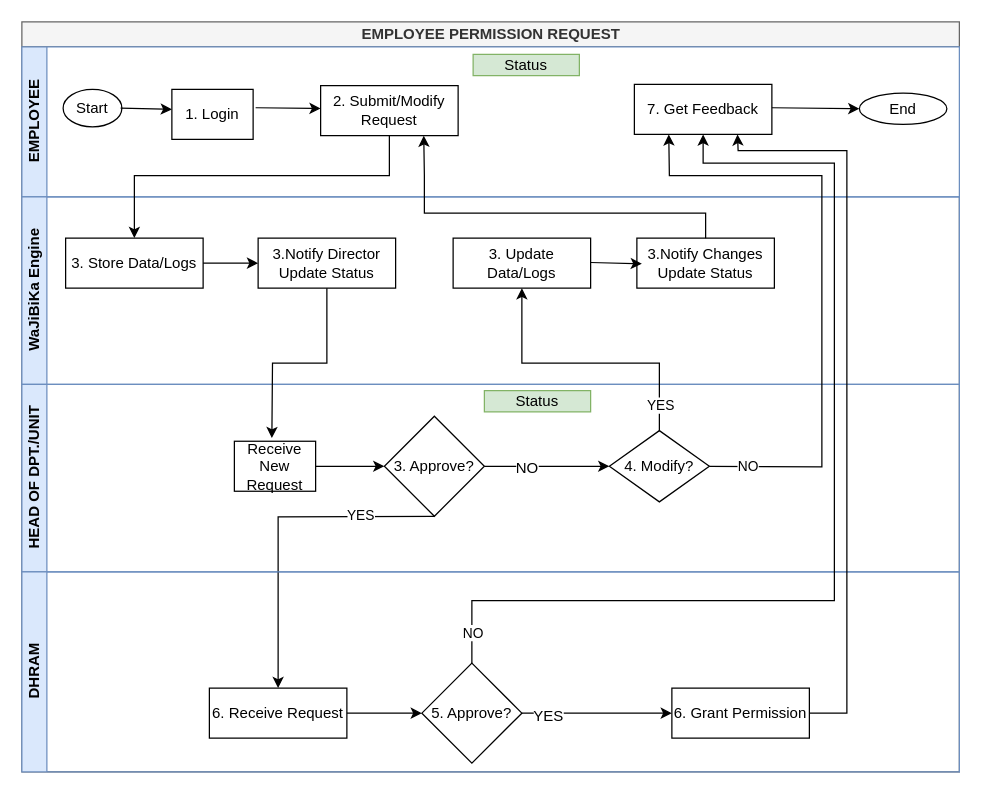
MbalamulaS/tech-diagrams keeps this draw.io diagram as page "FS-employee permission request" (9 of 11) of wajibika/wajibika-sketches.drawio. Above is the earlier version. Source tidied: cells renumbered, new cells numbered last; positions are measured from the earlier drawing's top-left corner, leaving out a move shared by most shapes. Both pictures are drawn from the tidied source at 125%, with x=0, y=0 at pixel (21, 21).
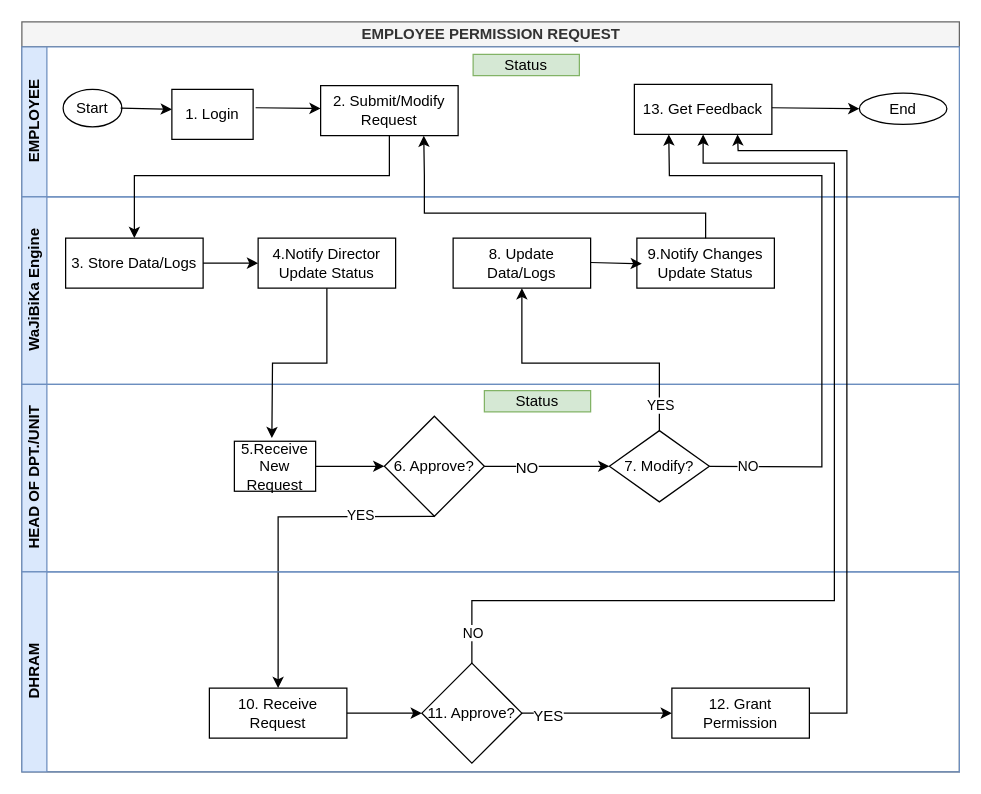
The same diagram, later.

Unchanged cells that the change refers to:
```xml
<mxCell id="3" value="EMPLOYEE" style="swimlane;startSize=20;horizontal=0;html=1;fillColor=#dae8fc;strokeColor=#6c8ebf;swimlaneFillColor=#FFFFFF;align=center;verticalAlign=middle;fontFamily=Helvetica;fontSize=12;" parent="2" vertex="1">
  <mxGeometry y="20" width="750" height="120" as="geometry" />
</mxCell>
<mxCell id="13" value="WaJiBiKa Engine" style="swimlane;startSize=20;horizontal=0;html=1;fillColor=#dae8fc;strokeColor=#6c8ebf;align=center;verticalAlign=middle;fontFamily=Helvetica;fontSize=12;" parent="2" vertex="1">
  <mxGeometry y="140" width="750" height="150" as="geometry" />
</mxCell>
<mxCell id="20" value="HEAD OF DPT./UNIT" style="swimlane;startSize=20;horizontal=0;html=1;fillColor=#dae8fc;strokeColor=#6c8ebf;align=center;verticalAlign=middle;fontFamily=Helvetica;fontSize=12;" parent="2" vertex="1">
  <mxGeometry y="290" width="750" height="150" as="geometry" />
</mxCell>
<mxCell id="34" value="DHRAM" style="swimlane;startSize=20;horizontal=0;html=1;fillColor=#dae8fc;strokeColor=#6c8ebf;align=center;verticalAlign=middle;fontFamily=Helvetica;fontSize=12;" parent="2" vertex="1">
  <mxGeometry y="440" width="750" height="160" as="geometry" />
</mxCell>
```

Change to the diagram source:
```diff
@@
-    <mxCell id="8" value="7. Get Feedback" style="whiteSpace=wrap;html=1;strokeColor=default;align=center;verticalAlign=middle;fontFamily=Helvetica;fontSize=12;fontColor=default;fillColor=default;" parent="3" vertex="1">
+    <mxCell id="8" value="13. Get Feedback" style="whiteSpace=wrap;html=1;strokeColor=default;align=center;verticalAlign=middle;fontFamily=Helvetica;fontSize=12;fontColor=default;fillColor=default;" parent="3" vertex="1">
       <mxGeometry x="490" y="30" width="110" height="40" as="geometry" />
     </mxCell>
@@
-    <mxCell id="15" value="&lt;div&gt;3.Notify Director&lt;/div&gt;&lt;div&gt;Update Status&lt;br&gt;&lt;/div&gt;" style="whiteSpace=wrap;html=1;strokeColor=default;align=center;verticalAlign=middle;fontFamily=Helvetica;fontSize=12;fontColor=default;fillColor=default;" parent="13" vertex="1">
+    <mxCell id="15" value="&lt;div&gt;4.Notify Director&lt;/div&gt;&lt;div&gt;Update Status&lt;br&gt;&lt;/div&gt;" style="whiteSpace=wrap;html=1;strokeColor=default;align=center;verticalAlign=middle;fontFamily=Helvetica;fontSize=12;fontColor=default;fillColor=default;" parent="13" vertex="1">
       <mxGeometry x="189" y="33" width="110" height="40" as="geometry" />
     </mxCell>
-    <mxCell id="16" value="&lt;div&gt;3.Notify Changes&lt;/div&gt;&lt;div&gt;Update Status&lt;br&gt;&lt;/div&gt;" style="whiteSpace=wrap;html=1;strokeColor=default;align=center;verticalAlign=middle;fontFamily=Helvetica;fontSize=12;fontColor=default;fillColor=default;" parent="13" vertex="1">
+    <mxCell id="16" value="&lt;div&gt;9.Notify Changes&lt;/div&gt;&lt;div&gt;Update Status&lt;br&gt;&lt;/div&gt;" style="whiteSpace=wrap;html=1;strokeColor=default;align=center;verticalAlign=middle;fontFamily=Helvetica;fontSize=12;fontColor=default;fillColor=default;" parent="13" vertex="1">
       <mxGeometry x="492" y="33" width="110" height="40" as="geometry" />
     </mxCell>
@@
-    <mxCell id="18" value="&lt;div&gt;3. Update Data/Logs&lt;br&gt;&lt;/div&gt;" style="whiteSpace=wrap;html=1;strokeColor=default;align=center;verticalAlign=middle;fontFamily=Helvetica;fontSize=12;fontColor=default;fillColor=default;" parent="13" vertex="1">
+    <mxCell id="18" value="&lt;div&gt;8. Update Data/Logs&lt;br&gt;&lt;/div&gt;" style="whiteSpace=wrap;html=1;strokeColor=default;align=center;verticalAlign=middle;fontFamily=Helvetica;fontSize=12;fontColor=default;fillColor=default;" parent="13" vertex="1">
       <mxGeometry x="345" y="33" width="110" height="40" as="geometry" />
     </mxCell>
@@
-    <mxCell id="21" value="&lt;div&gt;3. Approve?&lt;br&gt;&lt;/div&gt;" style="rhombus;whiteSpace=wrap;html=1;strokeColor=default;align=center;verticalAlign=middle;fontFamily=Helvetica;fontSize=12;fontColor=default;fillColor=default;" parent="20" vertex="1">
+    <mxCell id="21" value="&lt;div&gt;6. Approve?&lt;br&gt;&lt;/div&gt;" style="rhombus;whiteSpace=wrap;html=1;strokeColor=default;align=center;verticalAlign=middle;fontFamily=Helvetica;fontSize=12;fontColor=default;fillColor=default;" parent="20" vertex="1">
       <mxGeometry x="290" y="25.5" width="80" height="80" as="geometry" />
     </mxCell>
-    <mxCell id="22" value="&lt;div&gt;4. Modify?&lt;br&gt;&lt;/div&gt;" style="rhombus;whiteSpace=wrap;html=1;strokeColor=default;align=center;verticalAlign=middle;fontFamily=Helvetica;fontSize=12;fontColor=default;fillColor=default;" parent="20" vertex="1">
+    <mxCell id="22" value="&lt;div&gt;7. Modify?&lt;br&gt;&lt;/div&gt;" style="rhombus;whiteSpace=wrap;html=1;strokeColor=default;align=center;verticalAlign=middle;fontFamily=Helvetica;fontSize=12;fontColor=default;fillColor=default;" parent="20" vertex="1">
       <mxGeometry x="470" y="37" width="80" height="57" as="geometry" />
     </mxCell>
@@
-    <mxCell id="26" value="Receive New Request" style="whiteSpace=wrap;html=1;" parent="20" vertex="1">
+    <mxCell id="26" value="5.Receive New Request" style="whiteSpace=wrap;html=1;" parent="20" vertex="1">
       <mxGeometry x="170" y="45.5" width="65" height="40" as="geometry" />
     </mxCell>
@@
-    <mxCell id="35" value="&lt;div&gt;5. Approve?&lt;br&gt;&lt;/div&gt;" style="rhombus;whiteSpace=wrap;html=1;strokeColor=default;align=center;verticalAlign=middle;fontFamily=Helvetica;fontSize=12;fontColor=default;fillColor=default;" parent="34" vertex="1">
+    <mxCell id="35" value="&lt;div&gt;11. Approve?&lt;br&gt;&lt;/div&gt;" style="rhombus;whiteSpace=wrap;html=1;strokeColor=default;align=center;verticalAlign=middle;fontFamily=Helvetica;fontSize=12;fontColor=default;fillColor=default;" parent="34" vertex="1">
       <mxGeometry x="320" y="73" width="80" height="80" as="geometry" />
     </mxCell>
-    <mxCell id="36" value="6. Grant Permission" style="whiteSpace=wrap;html=1;strokeColor=default;align=center;verticalAlign=middle;fontFamily=Helvetica;fontSize=12;fontColor=default;fillColor=default;" parent="34" vertex="1">
+    <mxCell id="36" value="12. Grant Permission" style="whiteSpace=wrap;html=1;strokeColor=default;align=center;verticalAlign=middle;fontFamily=Helvetica;fontSize=12;fontColor=default;fillColor=default;" parent="34" vertex="1">
       <mxGeometry x="520" y="93" width="110" height="40" as="geometry" />
     </mxCell>
@@
-    <mxCell id="39" value="6. Receive Request" style="whiteSpace=wrap;html=1;strokeColor=default;align=center;verticalAlign=middle;fontFamily=Helvetica;fontSize=12;fontColor=default;fillColor=default;" parent="34" vertex="1">
+    <mxCell id="39" value="10. Receive Request" style="whiteSpace=wrap;html=1;strokeColor=default;align=center;verticalAlign=middle;fontFamily=Helvetica;fontSize=12;fontColor=default;fillColor=default;" parent="34" vertex="1">
       <mxGeometry x="150" y="93" width="110" height="40" as="geometry" />
     </mxCell>
```
